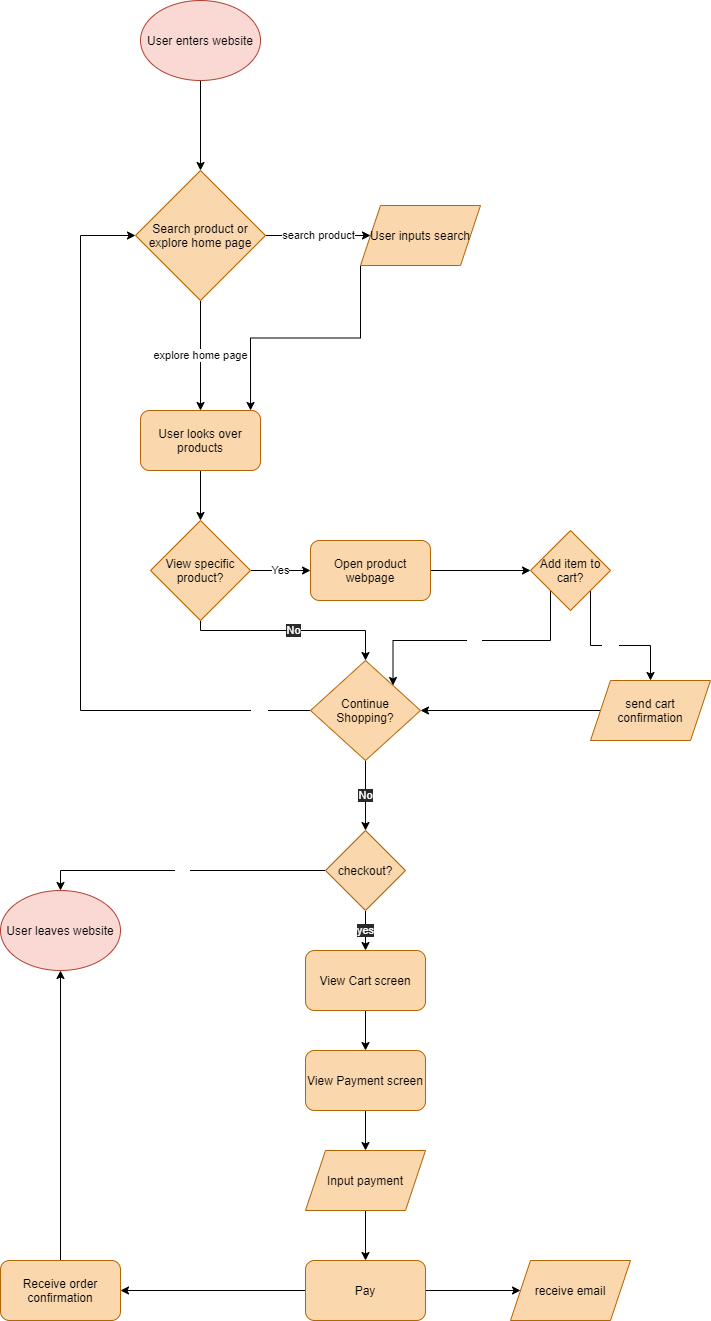
This is part2/part2.drawio.png from kevinyluo/wi21-cse110-lab4, a draw.io export, as it was before one commit. Source tidied: cells renumbered, new cells last; positions are measured from the earlier drawing's top-left corner, leaving out a move shared by most shapes.
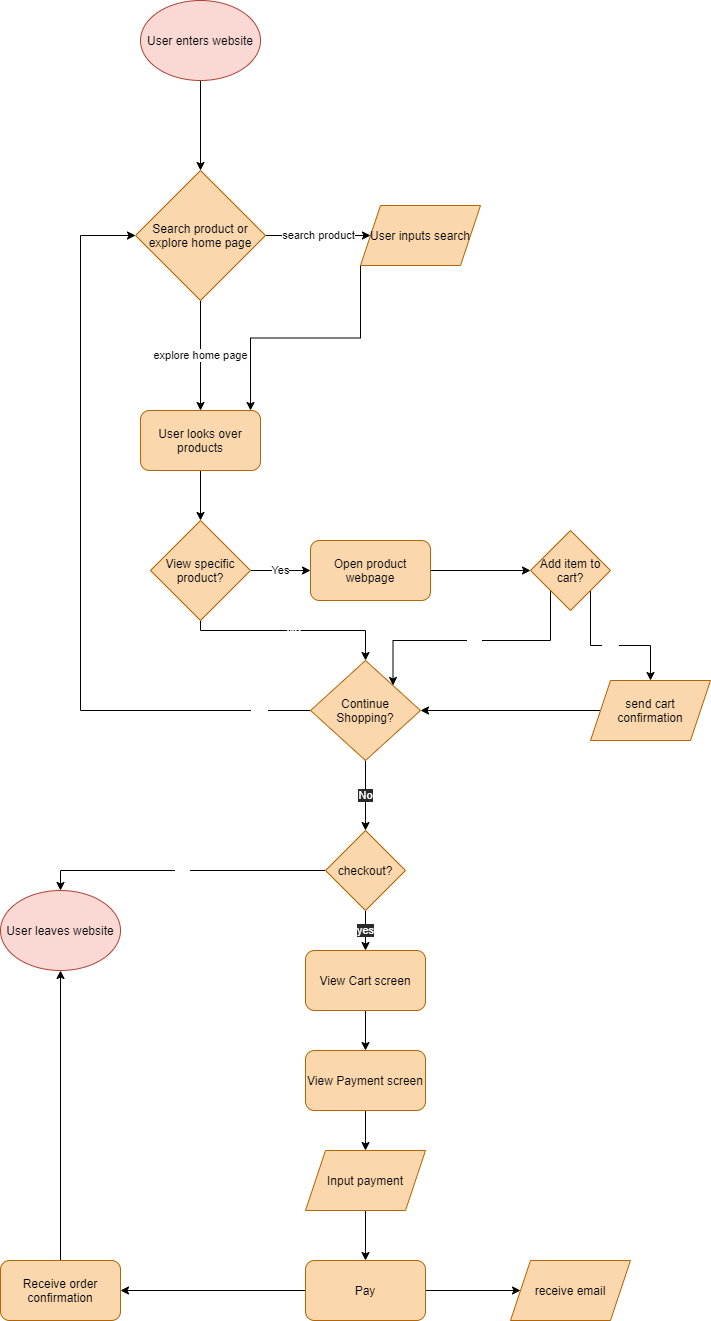
After the commit.

The edit, as a diff of the source:
```diff
@@ -32,7 +32,7 @@
     <mxCell id="11" value="Yes" style="edgeStyle=orthogonalEdgeStyle;rounded=0;jettySize=auto;html=1;entryX=0;entryY=0.5;entryDx=0;entryDy=0;" parent="1" edge="1" source="13" target="15">
       <mxGeometry relative="1" as="geometry" />
     </mxCell>
-    <mxCell id="12" value="No" style="edgeStyle=orthogonalEdgeStyle;rounded=0;jettySize=auto;html=1;fontColor=#FFFFFF;entryX=0.5;entryY=0;entryDx=0;entryDy=0;labelBackgroundColor=#2A2A2A;" parent="1" edge="1" source="13" target="21">
+    <mxCell id="12" value="No" style="edgeStyle=orthogonalEdgeStyle;rounded=0;jettySize=auto;html=1;fontColor=#FFFFFF;entryX=0.5;entryY=0;entryDx=0;entryDy=0;labelBackgroundColor=none;" parent="1" edge="1" source="13" target="21">
       <mxGeometry relative="1" as="geometry">
         <Array as="points">
           <mxPoint x="200" y="630" />
```
